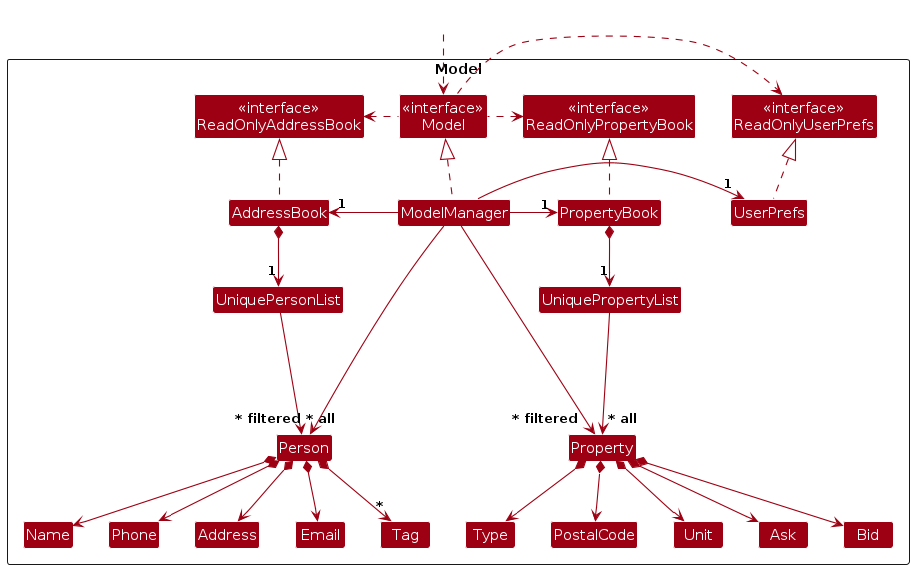
Above: diagrams/ModelClassDiagram.png in AY2425S1-CS2103T-T16-2/tp (PlantUML), before the change. Its source is kept beside it as diagrams/ModelClassDiagram.puml.
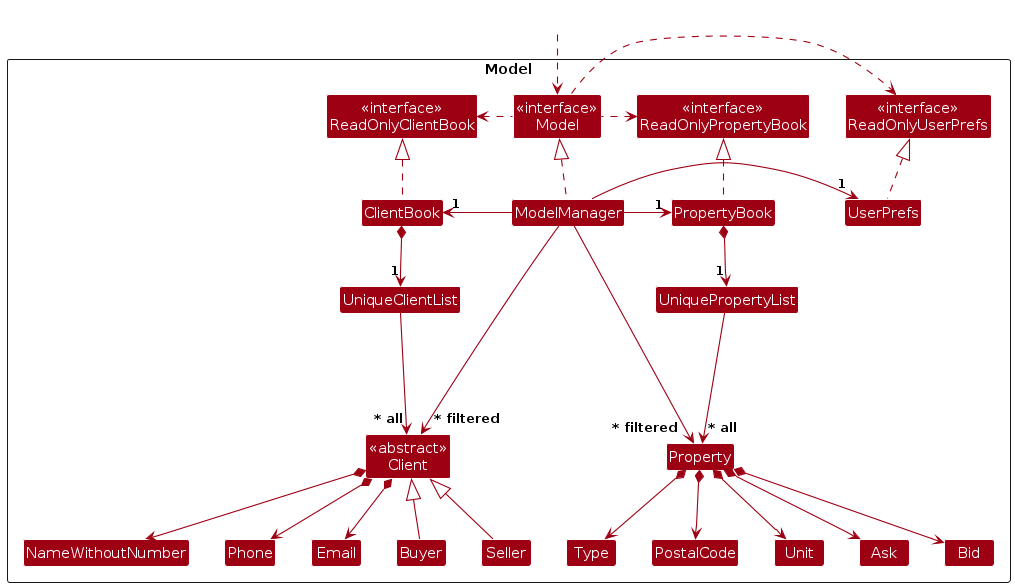
Above is the later version.

The edit, as a diff of the source:
```diff
@@ -5,24 +5,24 @@
 skinparam classBackgroundColor MODEL_COLOR
 
 Package Model as ModelPackage <<Rectangle>>{
-Class "<<interface>>\nReadOnlyAddressBook" as ReadOnlyAddressBook
+Class "<<interface>>\nReadOnlyClientBook" as ReadOnlyClientBook
 Class "<<interface>>\nReadOnlyUserPrefs" as ReadOnlyUserPrefs
 Class "<<interface>>\nReadOnlyPropertyBook" as ReadOnlyPropertyBook
 Class "<<interface>>\nModel" as Model
-Class AddressBook
+Class ClientBook
 Class PropertyBook
 Class ModelManager
 Class UserPrefs
 
-Class UniquePersonList
+Class UniqueClientList
 Class UniquePropertyList
-Class Person
+Class "<<abstract>>\nClient" as Client
+Class Buyer
+Class Seller
 Class Property
-Class Address
 Class Email
-Class Name
+Class NameWithoutNumber
 Class Phone
-Class Tag
 Class Type
 Class PostalCode
 Class Unit
@@ -35,42 +35,42 @@
 Class HiddenOutside #FFFFFF
 HiddenOutside ..> Model
 
-AddressBook .up.|> ReadOnlyAddressBook
+ClientBook .up.|> ReadOnlyClientBook
 PropertyBook .up.|> ReadOnlyPropertyBook
 
 ModelManager .up.|> Model
 Model .right.> ReadOnlyUserPrefs
-Model .left.> ReadOnlyAddressBook
+Model .left.> ReadOnlyClientBook
 Model .left.> ReadOnlyPropertyBook
-ModelManager -left-> "1" AddressBook
+ModelManager -left-> "1" ClientBook
 ModelManager -left-> "1" PropertyBook
 ModelManager -right-> "1" UserPrefs
 UserPrefs .up.|> ReadOnlyUserPrefs
 
-AddressBook *--> "1" UniquePersonList
+ClientBook *--> "1" UniqueClientList
 PropertyBook *--> "1" UniquePropertyList
-UniquePersonList --> "~* all" Person
+UniqueClientList --> "~* all" Client
 UniquePropertyList --> "~* all" Property
-Person *--> Name
-Person *--> Phone
-Person *--> Email
-Person *--> Address
-Person *--> "*" Tag
+Client *--> NameWithoutNumber
+Client *--> Phone
+Client *--> Email
 Property *--> PostalCode
 Property *--> Unit
 Property *--> Type
 Property *--> Ask
 Property *--> Bid
 
-Person -[hidden]up--> I
+Client <|-- Buyer
+Client <|-- Seller
+
+Client -[hidden]up--> I
 Property -[hidden]up--> I
-UniquePersonList -[hidden]right-> I
+UniqueClientList -[hidden]right-> I
 UniquePropertyList -[hidden]right-> I
 
-Name -[hidden]right-> Phone
-Phone -[hidden]right-> Address
-Address -[hidden]right-> Email
+NameWithoutNumber -[hidden]right-> Phone
+Phone -[hidden]right-> Email
 
-ModelManager --> "~* filtered" Person
+ModelManager --> "~* filtered" Client
 ModelManager --> "~* filtered" Property
 @enduml
```
